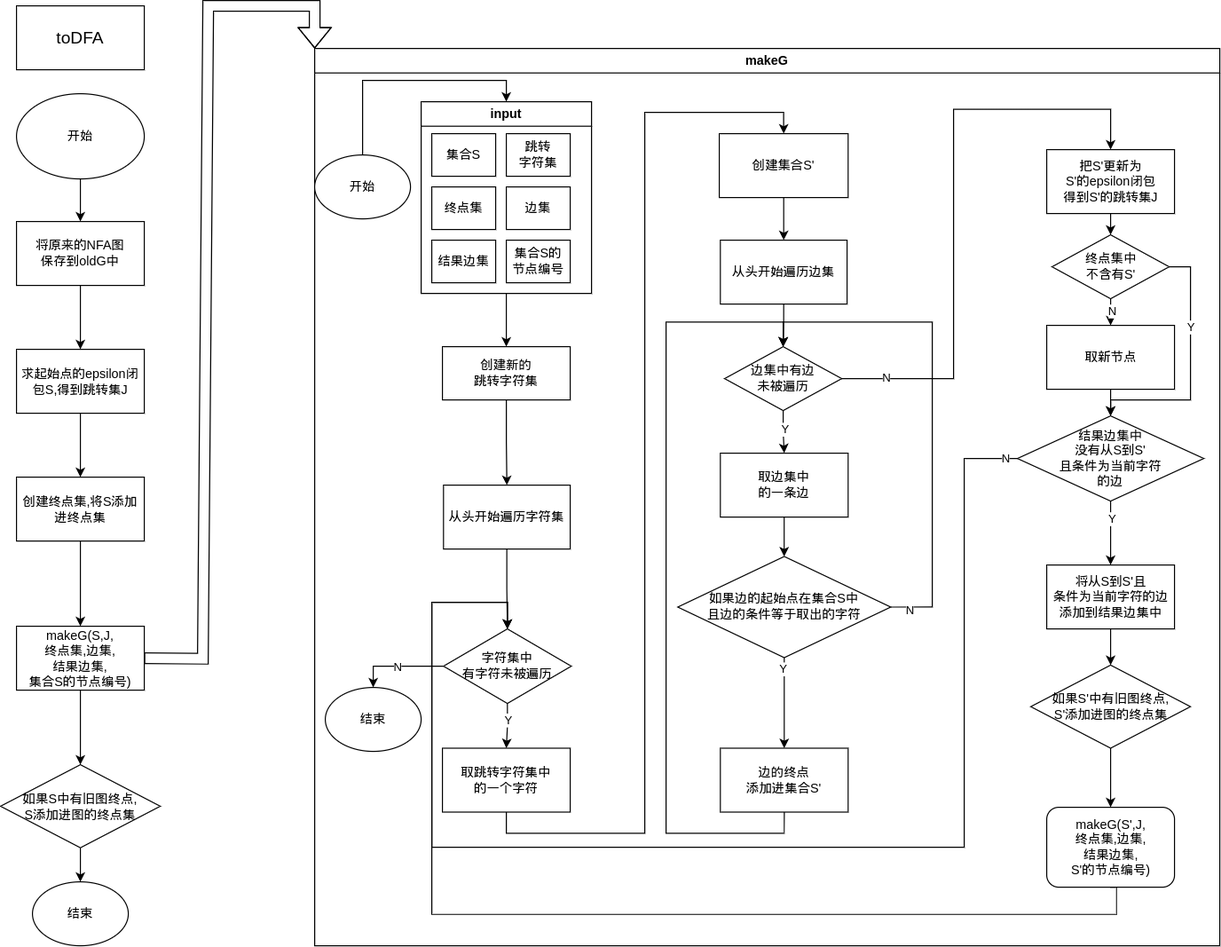
Before: lab2/toDFA.drawio.png, a diagram exported from draw.io (King3212/Compiler-theory). Source tidied: cells renumbered, new cells last; positions are measured from the earlier drawing's top-left corner, leaving out a move shared by most shapes.
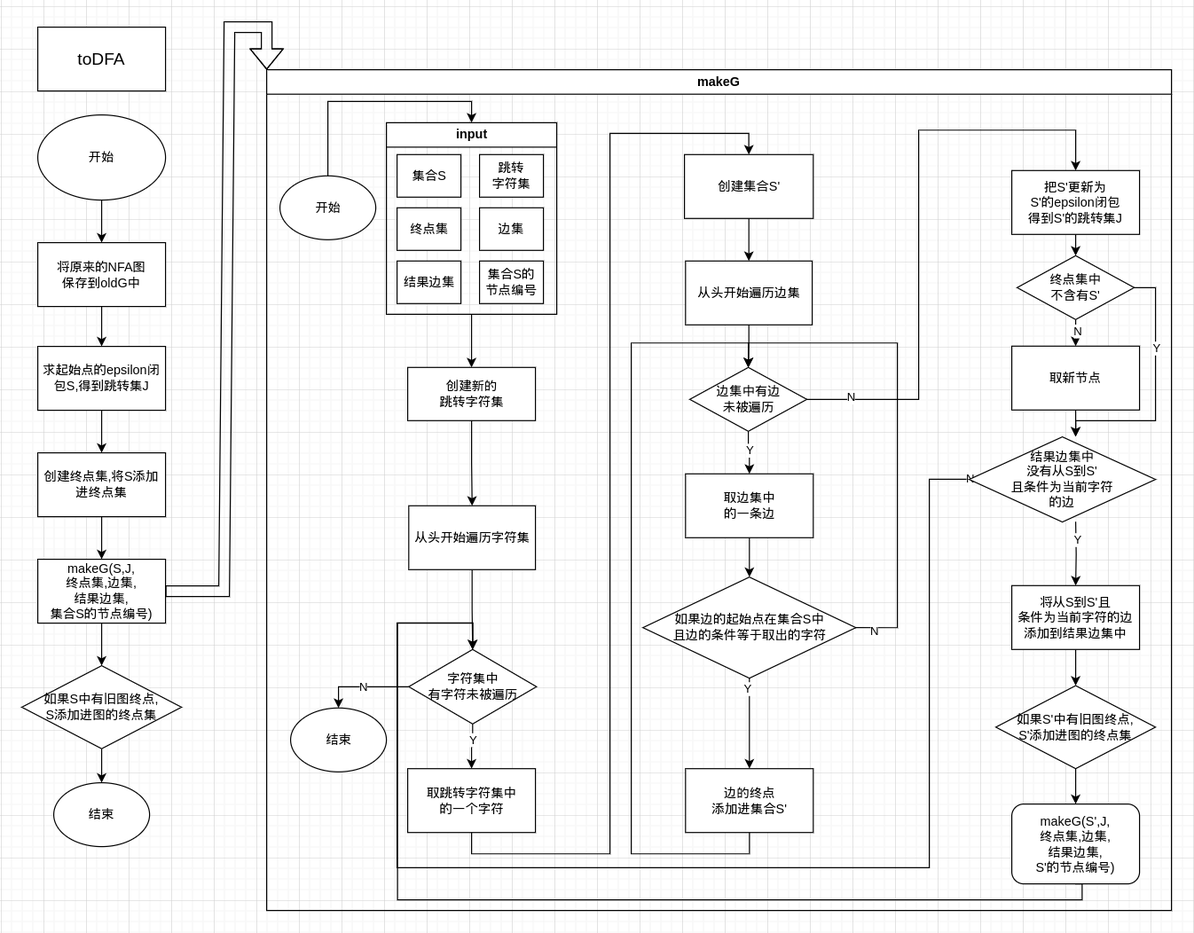
The same diagram one commit later.

Change to the diagram source:
```diff
@@ -8,3 +8,3 @@
     <mxCell id="3" value="makeG" style="swimlane;whiteSpace=wrap;html=1;" parent="1" vertex="1">
-      <mxGeometry x="295" y="40" width="850" height="842.5" as="geometry" />
+      <mxGeometry x="230" y="40" width="850" height="790" as="geometry" />
     </mxCell>
@@ -14,3 +14,3 @@
     <mxCell id="5" value="input" style="swimlane;whiteSpace=wrap;html=1;" parent="3" vertex="1">
-      <mxGeometry x="100" y="50" width="160" height="180" as="geometry" />
+      <mxGeometry x="112.5" y="49.8" width="160" height="180" as="geometry" />
     </mxCell>
@@ -20,6 +20,6 @@
     <mxCell id="7" value="跳转&lt;div&gt;字符集&lt;/div&gt;" style="whiteSpace=wrap;html=1;" parent="5" vertex="1">
-      <mxGeometry x="80" y="30" width="60" height="40" as="geometry" />
+      <mxGeometry x="87.5" y="30" width="60" height="40" as="geometry" />
     </mxCell>
     <mxCell id="8" value="边集" style="whiteSpace=wrap;html=1;" parent="5" vertex="1">
-      <mxGeometry x="80" y="80" width="60" height="40" as="geometry" />
+      <mxGeometry x="87.5" y="80" width="60" height="40" as="geometry" />
     </mxCell>
@@ -32,3 +32,3 @@
     <mxCell id="11" value="集合S的&lt;div&gt;节点编号&lt;/div&gt;" style="whiteSpace=wrap;html=1;" parent="5" vertex="1">
-      <mxGeometry x="80" y="130" width="60" height="40" as="geometry" />
+      <mxGeometry x="87.5" y="130" width="60" height="40" as="geometry" />
     </mxCell>
@@ -38,3 +38,3 @@
     <mxCell id="13" value="取跳转字符集中&lt;div&gt;的一个字符&lt;/div&gt;" style="rounded=0;whiteSpace=wrap;html=1;" parent="3" vertex="1">
-      <mxGeometry x="120" y="657" width="120" height="60" as="geometry" />
+      <mxGeometry x="132.5" y="656.8" width="120" height="60" as="geometry" />
     </mxCell>
@@ -44,3 +44,3 @@
     <mxCell id="15" value="取边集中&lt;div&gt;的一条边&lt;/div&gt;" style="rounded=0;whiteSpace=wrap;html=1;" parent="3" vertex="1">
-      <mxGeometry x="381" y="380" width="120" height="60" as="geometry" />
+      <mxGeometry x="393.5" y="379.8" width="120" height="60" as="geometry" />
     </mxCell>
@@ -55,5 +55,5 @@
         <Array as="points">
-          <mxPoint x="600" y="310" />
-          <mxPoint x="600" y="57" />
-          <mxPoint x="748" y="57" />
+          <mxPoint x="612.5" y="309.8" />
+          <mxPoint x="612.5" y="56.8" />
+          <mxPoint x="760.5" y="56.8" />
         </Array>
@@ -65,3 +65,3 @@
     <mxCell id="20" value="边集中有边&lt;div&gt;未被遍历&lt;/div&gt;" style="rhombus;whiteSpace=wrap;html=1;" parent="3" vertex="1">
-      <mxGeometry x="385" y="280" width="110" height="60" as="geometry" />
+      <mxGeometry x="397.5" y="279.8" width="110" height="60" as="geometry" />
     </mxCell>
@@ -71,3 +71,3 @@
     <mxCell id="22" value="创建新的&lt;div&gt;跳转&lt;span style=&quot;background-color: initial;&quot;&gt;字符集&lt;/span&gt;&lt;/div&gt;" style="whiteSpace=wrap;html=1;" parent="3" vertex="1">
-      <mxGeometry x="120" y="280" width="120" height="50" as="geometry" />
+      <mxGeometry x="132.5" y="279.8" width="120" height="50" as="geometry" />
     </mxCell>
@@ -77,3 +77,3 @@
     <mxCell id="24" value="从头开始遍历边集" style="rounded=0;whiteSpace=wrap;html=1;" parent="3" vertex="1">
-      <mxGeometry x="381" y="180" width="119" height="60" as="geometry" />
+      <mxGeometry x="393.5" y="179.8" width="119" height="60" as="geometry" />
     </mxCell>
@@ -83,3 +83,3 @@
     <mxCell id="26" value="创建集合S'" style="rounded=0;whiteSpace=wrap;html=1;" parent="3" vertex="1">
-      <mxGeometry x="380" y="80" width="121" height="60" as="geometry" />
+      <mxGeometry x="392.5" y="79.8" width="121" height="60" as="geometry" />
     </mxCell>
@@ -89,3 +89,3 @@
     <mxCell id="28" value="从头开始遍历字符集" style="rounded=0;whiteSpace=wrap;html=1;" parent="3" vertex="1">
-      <mxGeometry x="121" y="410" width="119" height="60" as="geometry" />
+      <mxGeometry x="133.5" y="409.8" width="119" height="60" as="geometry" />
     </mxCell>
@@ -100,5 +100,5 @@
         <Array as="points">
-          <mxPoint x="580" y="525" />
-          <mxPoint x="580" y="257" />
-          <mxPoint x="440" y="257" />
+          <mxPoint x="592.5" y="524.8" />
+          <mxPoint x="592.5" y="256.8" />
+          <mxPoint x="452.5" y="256.8" />
         </Array>
@@ -112,3 +112,3 @@
     <mxCell id="33" value="如果&lt;span style=&quot;background-color: initial;&quot;&gt;边的起始点在集合S中&lt;/span&gt;&lt;div&gt;且边的条件等于取出的字符&lt;/div&gt;" style="rhombus;whiteSpace=wrap;html=1;rounded=0;" parent="3" vertex="1">
-      <mxGeometry x="341" y="477" width="200" height="95" as="geometry" />
+      <mxGeometry x="353.5" y="476.8" width="200" height="95" as="geometry" />
     </mxCell>
@@ -117,6 +117,6 @@
         <Array as="points">
-          <mxPoint x="441" y="737" />
-          <mxPoint x="330" y="737" />
-          <mxPoint x="330" y="257" />
-          <mxPoint x="440" y="257" />
+          <mxPoint x="453.5" y="736.8" />
+          <mxPoint x="342.5" y="736.8" />
+          <mxPoint x="342.5" y="256.8" />
+          <mxPoint x="452.5" y="256.8" />
         </Array>
@@ -125,3 +125,3 @@
     <mxCell id="35" value="边的终点&lt;div&gt;添加进集合S'&lt;/div&gt;" style="rounded=0;whiteSpace=wrap;html=1;" parent="3" vertex="1">
-      <mxGeometry x="381" y="657" width="120" height="60" as="geometry" />
+      <mxGeometry x="393.5" y="656.8" width="120" height="60" as="geometry" />
     </mxCell>
@@ -129,3 +129,3 @@
       <mxGeometry relative="1" as="geometry">
-        <mxPoint x="747.5" y="260" as="targetPoint" />
+        <mxPoint x="760" y="259.8" as="targetPoint" />
       </mxGeometry>
@@ -137,8 +137,9 @@
     </mxCell>
-    <mxCell id="38" style="edgeStyle=orthogonalEdgeStyle;rounded=0;jettySize=auto;html=1;exitX=1;exitY=0.5;exitDx=0;exitDy=0;entryX=0.5;entryY=0;entryDx=0;entryDy=0;" parent="3" edge="1" source="40" target="45">
+    <mxCell id="38" style="edgeStyle=orthogonalEdgeStyle;rounded=0;jettySize=auto;html=1;exitX=1;exitY=0.5;exitDx=0;exitDy=0;entryX=0.5;entryY=0;entryDx=0;entryDy=0;" parent="3" edge="1" source="40">
       <mxGeometry relative="1" as="geometry">
+        <mxPoint x="760" y="344.8" as="targetPoint" />
         <Array as="points">
-          <mxPoint x="822.5" y="205" />
-          <mxPoint x="822.5" y="330" />
-          <mxPoint x="747.5" y="330" />
+          <mxPoint x="835" y="204.8" />
+          <mxPoint x="835" y="329.8" />
+          <mxPoint x="760" y="329.8" />
         </Array>
@@ -150,6 +151,8 @@
     <mxCell id="40" value="终点集中&lt;div&gt;不含有S'&lt;/div&gt;" style="rhombus;whiteSpace=wrap;html=1;" parent="3" vertex="1">
-      <mxGeometry x="692.5" y="175" width="110" height="60" as="geometry" />
+      <mxGeometry x="705" y="174.8" width="110" height="60" as="geometry" />
     </mxCell>
-    <mxCell id="41" style="edgeStyle=orthogonalEdgeStyle;rounded=0;jettySize=auto;html=1;exitX=0.5;exitY=1;exitDx=0;exitDy=0;entryX=0.5;entryY=0;entryDx=0;entryDy=0;" parent="3" edge="1" source="45" target="49">
-      <mxGeometry relative="1" as="geometry" />
+    <mxCell id="41" style="edgeStyle=orthogonalEdgeStyle;rounded=0;jettySize=auto;html=1;exitX=0.5;exitY=1;exitDx=0;exitDy=0;entryX=0.5;entryY=0;entryDx=0;entryDy=0;" parent="3" edge="1" target="49">
+      <mxGeometry relative="1" as="geometry">
+        <mxPoint x="760" y="424.8" as="sourcePoint" />
+      </mxGeometry>
     </mxCell>
@@ -158,10 +161,11 @@
     </mxCell>
-    <mxCell id="43" style="edgeStyle=orthogonalEdgeStyle;rounded=0;jettySize=auto;html=1;exitX=0;exitY=0.5;exitDx=0;exitDy=0;entryX=0.5;entryY=0;entryDx=0;entryDy=0;" parent="3" edge="1" source="45" target="56">
+    <mxCell id="43" style="edgeStyle=orthogonalEdgeStyle;rounded=0;jettySize=auto;html=1;exitX=0;exitY=0.5;exitDx=0;exitDy=0;entryX=0.5;entryY=0;entryDx=0;entryDy=0;" parent="3" edge="1" target="56">
       <mxGeometry relative="1" as="geometry">
+        <mxPoint x="672.5" y="384.8" as="sourcePoint" />
         <Array as="points">
-          <mxPoint x="610" y="385" />
-          <mxPoint x="610" y="750" />
-          <mxPoint x="110" y="750" />
-          <mxPoint x="110" y="520" />
-          <mxPoint x="181" y="520" />
+          <mxPoint x="622.5" y="384.8" />
+          <mxPoint x="622.5" y="749.8" />
+          <mxPoint x="122.5" y="749.8" />
+          <mxPoint x="122.5" y="519.8" />
+          <mxPoint x="193.5" y="519.8" />
         </Array>
@@ -175,7 +179,9 @@
     </mxCell>
-    <mxCell id="46" style="edgeStyle=orthogonalEdgeStyle;rounded=0;jettySize=auto;html=1;exitX=0.5;exitY=1;exitDx=0;exitDy=0;entryX=0.5;entryY=0;entryDx=0;entryDy=0;" parent="3" edge="1" source="47" target="45">
-      <mxGeometry relative="1" as="geometry" />
+    <mxCell id="46" style="edgeStyle=orthogonalEdgeStyle;rounded=0;jettySize=auto;html=1;exitX=0.5;exitY=1;exitDx=0;exitDy=0;entryX=0.5;entryY=0;entryDx=0;entryDy=0;" parent="3" edge="1" source="47">
+      <mxGeometry relative="1" as="geometry">
+        <mxPoint x="760" y="344.8" as="targetPoint" />
+      </mxGeometry>
     </mxCell>
     <mxCell id="47" value="取新节点" style="rounded=0;whiteSpace=wrap;html=1;" parent="3" vertex="1">
-      <mxGeometry x="687.5" y="260" width="120" height="60" as="geometry" />
+      <mxGeometry x="700" y="259.8" width="120" height="60" as="geometry" />
     </mxCell>
@@ -185,3 +191,3 @@
     <mxCell id="49" value="将&lt;span style=&quot;background-color: initial;&quot;&gt;从S到S'&lt;/span&gt;&lt;span style=&quot;background-color: initial;&quot;&gt;且&lt;/span&gt;&lt;div&gt;&lt;span style=&quot;background-color: initial;&quot;&gt;条件为当前字符&lt;/span&gt;&lt;span style=&quot;background-color: initial;&quot;&gt;的边&lt;/span&gt;&lt;/div&gt;&lt;div&gt;添加到结果边集中&lt;/div&gt;" style="rounded=0;whiteSpace=wrap;html=1;" parent="3" vertex="1">
-      <mxGeometry x="687.5" y="485" width="120" height="60" as="geometry" />
+      <mxGeometry x="700" y="484.8" width="120" height="60" as="geometry" />
     </mxCell>
@@ -191,3 +197,3 @@
     <mxCell id="51" value="&lt;div style=&quot;&quot;&gt;&lt;span style=&quot;background-color: initial;&quot;&gt;把S'更新为&lt;/span&gt;&lt;/div&gt;&lt;div style=&quot;&quot;&gt;&lt;span style=&quot;background-color: initial;&quot;&gt;S'的epsilon闭包&lt;/span&gt;&lt;/div&gt;&lt;div style=&quot;&quot;&gt;得到S'的跳转集J&lt;/div&gt;" style="rounded=0;whiteSpace=wrap;html=1;align=center;" parent="3" vertex="1">
-      <mxGeometry x="687.5" y="95" width="120" height="60" as="geometry" />
+      <mxGeometry x="700" y="94.8" width="120" height="60" as="geometry" />
     </mxCell>
@@ -206,3 +212,3 @@
     <mxCell id="56" value="字符集中&lt;div&gt;有字符未被遍历&lt;/div&gt;" style="rhombus;whiteSpace=wrap;html=1;rounded=0;" parent="3" vertex="1">
-      <mxGeometry x="121" y="545" width="120" height="70" as="geometry" />
+      <mxGeometry x="133.5" y="544.8" width="120" height="70" as="geometry" />
     </mxCell>
@@ -211,6 +217,7 @@
         <Array as="points">
-          <mxPoint x="753" y="813" />
-          <mxPoint x="110" y="813" />
-          <mxPoint x="110" y="520" />
-          <mxPoint x="181" y="520" />
+          <mxPoint x="766" y="765" />
+          <mxPoint x="766" y="780" />
+          <mxPoint x="123" y="780" />
+          <mxPoint x="123" y="520" />
+          <mxPoint x="194" y="520" />
         </Array>
@@ -219,3 +226,3 @@
     <mxCell id="58" value="makeG(S',J,&lt;div&gt;终点集,边集,&lt;/div&gt;&lt;div&gt;结果边集,&lt;/div&gt;&lt;div&gt;S'的节点编号)&lt;/div&gt;" style="rounded=1;whiteSpace=wrap;html=1;glass=0;" parent="3" vertex="1">
-      <mxGeometry x="687.5" y="712.5" width="120" height="75" as="geometry" />
+      <mxGeometry x="700" y="690" width="120" height="75" as="geometry" />
     </mxCell>
@@ -225,6 +232,6 @@
     <mxCell id="60" value="如果S'中有旧图终点,&lt;div&gt;S'添加进图的终点集&lt;/div&gt;" style="rhombus;whiteSpace=wrap;html=1;" parent="3" vertex="1">
-      <mxGeometry x="672.5" y="579" width="150" height="78" as="geometry" />
+      <mxGeometry x="685" y="578.8" width="150" height="78" as="geometry" />
     </mxCell>
     <mxCell id="61" value="结束" style="ellipse;whiteSpace=wrap;html=1;" parent="3" vertex="1">
-      <mxGeometry x="10" y="600" width="90" height="60" as="geometry" />
+      <mxGeometry x="22.5" y="599.8" width="90" height="60" as="geometry" />
     </mxCell>
@@ -233,4 +240,4 @@
         <Array as="points">
-          <mxPoint x="45" y="30" />
-          <mxPoint x="180" y="30" />
+          <mxPoint x="57.5" y="29.8" />
+          <mxPoint x="192.5" y="29.8" />
         </Array>
@@ -239,3 +246,3 @@
     <mxCell id="63" value="开始" style="ellipse;whiteSpace=wrap;html=1;" parent="3" vertex="1">
-      <mxGeometry y="100" width="90" height="60" as="geometry" />
+      <mxGeometry x="12.5" y="99.8" width="90" height="60" as="geometry" />
     </mxCell>
@@ -251,3 +258,3 @@
     <mxCell id="67" value="求起始点的epsilon闭包S,得到跳转集J" style="rounded=0;whiteSpace=wrap;html=1;" parent="1" vertex="1">
-      <mxGeometry x="15" y="322.5" width="120" height="60" as="geometry" />
+      <mxGeometry x="15" y="300" width="120" height="60" as="geometry" />
     </mxCell>
@@ -257,3 +264,3 @@
     <mxCell id="69" value="创建终点集,将S添加进终点集" style="rounded=0;whiteSpace=wrap;html=1;" parent="1" vertex="1">
-      <mxGeometry x="15" y="442.5" width="120" height="60" as="geometry" />
+      <mxGeometry x="15" y="400" width="120" height="60" as="geometry" />
     </mxCell>
@@ -263,3 +270,3 @@
     <mxCell id="71" value="makeG(S,J,&lt;div&gt;终点集,边集,&lt;/div&gt;&lt;div&gt;结果边集,&lt;/div&gt;&lt;div&gt;集合S的节点编号)&lt;/div&gt;" style="rounded=0;whiteSpace=wrap;html=1;" parent="1" vertex="1">
-      <mxGeometry x="15" y="582.5" width="120" height="60" as="geometry" />
+      <mxGeometry x="15" y="500" width="120" height="60" as="geometry" />
     </mxCell>
@@ -268,5 +275,5 @@
         <Array as="points">
-          <mxPoint x="190" y="613" />
+          <mxPoint x="190" y="530" />
           <mxPoint x="195" />
-          <mxPoint x="295" />
+          <mxPoint x="230" />
         </Array>
@@ -278,3 +285,3 @@
     <mxCell id="74" value="如果S中有旧图终点,&lt;div&gt;S添加进图的终点集&lt;/div&gt;" style="rhombus;whiteSpace=wrap;html=1;" parent="1" vertex="1">
-      <mxGeometry y="712.5" width="150" height="78" as="geometry" />
+      <mxGeometry y="600" width="150" height="78" as="geometry" />
     </mxCell>
@@ -287,3 +294,3 @@
     <mxCell id="77" value="结束" style="ellipse;whiteSpace=wrap;html=1;" parent="1" vertex="1">
-      <mxGeometry x="30" y="822.5" width="90" height="60" as="geometry" />
+      <mxGeometry x="30" y="710" width="90" height="60" as="geometry" />
     </mxCell>
```
